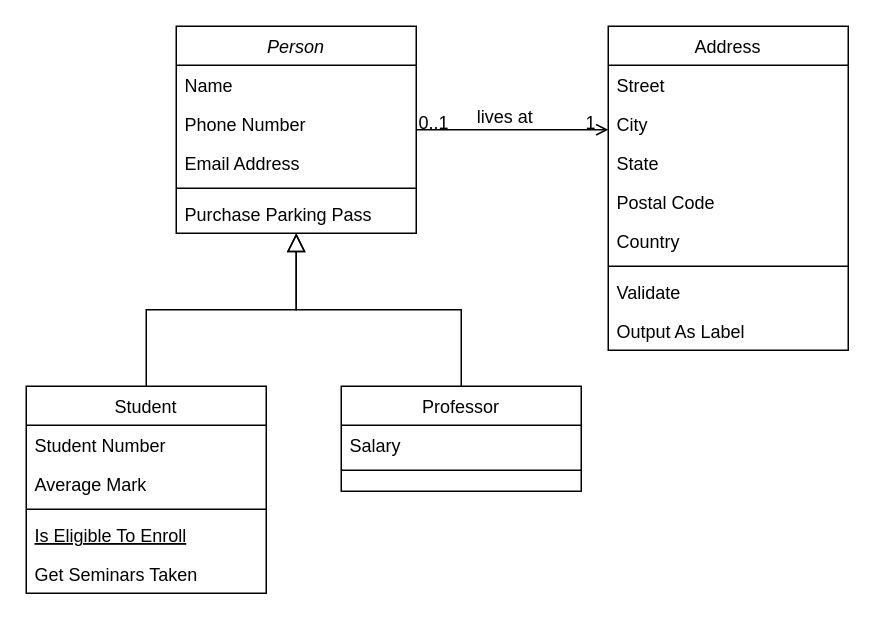
liu-moon/img keeps this draw.io diagram as Untitled Diagram.drawio. Above is the earlier version. Source tidied: cells renumbered, new cells numbered last; positions are measured from the earlier drawing's top-left corner, leaving out a move shared by most shapes. Both pictures are drawn from the tidied source at 150%, with x=0, y=0 at pixel (26, 26).
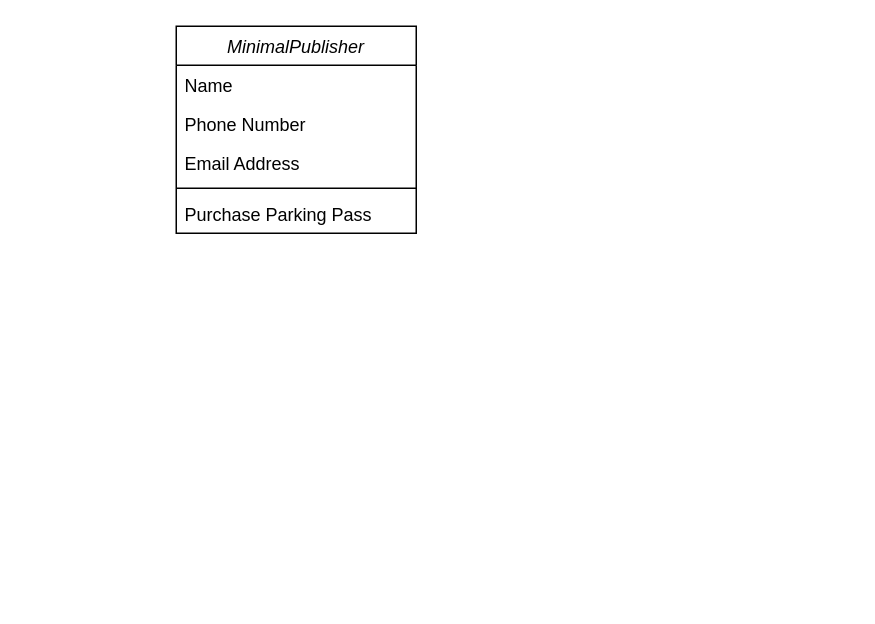
Above is the later version.

The edit, as a diff of the source:
```diff
@@
-    <mxCell id="2" value="Person" style="swimlane;fontStyle=2;align=center;verticalAlign=top;horizontal=1;startSize=26;rounded=0;shadow=0;strokeWidth=1;" parent="1" vertex="1">
+    <mxCell id="2" value="MinimalPublisher" style="swimlane;fontStyle=2;align=center;verticalAlign=top;horizontal=1;startSize=26;rounded=0;shadow=0;strokeWidth=1;" parent="1" vertex="1">
       <mxGeometry x="100" width="160" height="138" as="geometry" />
     </mxCell>
@@
-    <mxCell id="8" value="Student" style="swimlane;fontStyle=0;align=center;verticalAlign=top;horizontal=1;startSize=26;rounded=0;shadow=0;strokeWidth=1;" parent="1" vertex="1">
-      <mxGeometry y="240" width="160" height="138" as="geometry" />
-    </mxCell>
-    <mxCell id="9" value="Student Number" style="text;align=left;verticalAlign=top;spacingLeft=4;spacingRight=4;overflow=hidden;" parent="8" vertex="1">
-      <mxGeometry y="26" width="160" height="26" as="geometry" />
-    </mxCell>
-    <mxCell id="10" value="Average Mark" style="text;align=left;verticalAlign=top;spacingLeft=4;spacingRight=4;overflow=hidden;rounded=0;shadow=0;html=0;" parent="8" vertex="1">
-      <mxGeometry y="52" width="160" height="26" as="geometry" />
-    </mxCell>
-    <mxCell id="11" style="line;html=1;strokeWidth=1;align=left;verticalAlign=middle;spacingTop=-1;spacingLeft=3;spacingRight=3;labelPosition=right;" parent="8" vertex="1">
-      <mxGeometry y="78" width="160" height="8" as="geometry" />
-    </mxCell>
-    <mxCell id="12" value="Is Eligible To Enroll" style="text;align=left;verticalAlign=top;spacingLeft=4;spacingRight=4;overflow=hidden;fontStyle=4;" parent="8" vertex="1">
-      <mxGeometry y="86" width="160" height="26" as="geometry" />
-    </mxCell>
-    <mxCell id="13" value="Get Seminars Taken" style="text;align=left;verticalAlign=top;spacingLeft=4;spacingRight=4;overflow=hidden;" parent="8" vertex="1">
-      <mxGeometry y="112" width="160" height="26" as="geometry" />
-    </mxCell>
-    <mxCell id="14" style="endArrow=block;endSize=10;endFill=0;shadow=0;strokeWidth=1;rounded=0;curved=0;edgeStyle=elbowEdgeStyle;elbow=vertical;" parent="1" edge="1" source="8" target="2">
-      <mxGeometry relative="1" as="geometry" />
-    </mxCell>
-    <mxCell id="15" value="Professor" style="swimlane;fontStyle=0;align=center;verticalAlign=top;horizontal=1;startSize=26;rounded=0;shadow=0;strokeWidth=1;" parent="1" vertex="1">
-      <mxGeometry x="210" y="240" width="160" height="70" as="geometry" />
-    </mxCell>
-    <mxCell id="16" value="Salary" style="text;align=left;verticalAlign=top;spacingLeft=4;spacingRight=4;overflow=hidden;" parent="15" vertex="1">
-      <mxGeometry y="26" width="160" height="26" as="geometry" />
-    </mxCell>
-    <mxCell id="17" style="line;html=1;strokeWidth=1;align=left;verticalAlign=middle;spacingTop=-1;spacingLeft=3;spacingRight=3;labelPosition=right;" parent="15" vertex="1">
-      <mxGeometry y="52" width="160" height="8" as="geometry" />
-    </mxCell>
-    <mxCell id="18" style="endArrow=block;endSize=10;endFill=0;shadow=0;strokeWidth=1;rounded=0;curved=0;edgeStyle=elbowEdgeStyle;elbow=vertical;" parent="1" edge="1" source="15" target="2">
-      <mxGeometry relative="1" as="geometry" />
-    </mxCell>
-    <mxCell id="19" value="Address" style="swimlane;fontStyle=0;align=center;verticalAlign=top;horizontal=1;startSize=26;rounded=0;shadow=0;strokeWidth=1;" parent="1" vertex="1">
-      <mxGeometry x="388" width="160" height="216" as="geometry" />
-    </mxCell>
-    <mxCell id="20" value="Street" style="text;align=left;verticalAlign=top;spacingLeft=4;spacingRight=4;overflow=hidden;" parent="19" vertex="1">
-      <mxGeometry y="26" width="160" height="26" as="geometry" />
-    </mxCell>
-    <mxCell id="21" value="City" style="text;align=left;verticalAlign=top;spacingLeft=4;spacingRight=4;overflow=hidden;rounded=0;shadow=0;html=0;" parent="19" vertex="1">
-      <mxGeometry y="52" width="160" height="26" as="geometry" />
-    </mxCell>
-    <mxCell id="22" value="State" style="text;align=left;verticalAlign=top;spacingLeft=4;spacingRight=4;overflow=hidden;rounded=0;shadow=0;html=0;" parent="19" vertex="1">
-      <mxGeometry y="78" width="160" height="26" as="geometry" />
-    </mxCell>
-    <mxCell id="23" value="Postal Code" style="text;align=left;verticalAlign=top;spacingLeft=4;spacingRight=4;overflow=hidden;rounded=0;shadow=0;html=0;" parent="19" vertex="1">
-      <mxGeometry y="104" width="160" height="26" as="geometry" />
-    </mxCell>
-    <mxCell id="24" value="Country" style="text;align=left;verticalAlign=top;spacingLeft=4;spacingRight=4;overflow=hidden;rounded=0;shadow=0;html=0;" parent="19" vertex="1">
-      <mxGeometry y="130" width="160" height="26" as="geometry" />
-    </mxCell>
-    <mxCell id="25" style="line;html=1;strokeWidth=1;align=left;verticalAlign=middle;spacingTop=-1;spacingLeft=3;spacingRight=3;labelPosition=right;" parent="19" vertex="1">
-      <mxGeometry y="156" width="160" height="8" as="geometry" />
-    </mxCell>
-    <mxCell id="26" value="Validate" style="text;align=left;verticalAlign=top;spacingLeft=4;spacingRight=4;overflow=hidden;" parent="19" vertex="1">
-      <mxGeometry y="164" width="160" height="26" as="geometry" />
-    </mxCell>
-    <mxCell id="27" value="Output As Label" style="text;align=left;verticalAlign=top;spacingLeft=4;spacingRight=4;overflow=hidden;" parent="19" vertex="1">
-      <mxGeometry y="190" width="160" height="26" as="geometry" />
-    </mxCell>
-    <mxCell id="28" style="endArrow=open;shadow=0;strokeWidth=1;rounded=0;curved=0;endFill=1;edgeStyle=elbowEdgeStyle;elbow=vertical;" parent="1" edge="1" source="2" target="19">
-      <mxGeometry x="0.5" y="41" relative="1" as="geometry">
-        <mxPoint x="-40" y="32" as="offset" />
-      </mxGeometry>
-    </mxCell>
-    <mxCell id="29" value="0..1" style="align=left;verticalAlign=bottom;labelBackgroundColor=none;fontSize=12;" parent="28" vertex="1">
-      <mxGeometry x="-1" relative="1" as="geometry">
-        <mxPoint y="4" as="offset" />
-      </mxGeometry>
-    </mxCell>
-    <mxCell id="30" value="1" style="align=right;verticalAlign=bottom;labelBackgroundColor=none;fontSize=12;" parent="28" vertex="1">
-      <mxGeometry x="1" relative="1" as="geometry">
-        <mxPoint x="-7" y="4" as="offset" />
-      </mxGeometry>
-    </mxCell>
-    <mxCell id="31" value="lives at" style="text;html=1;align=center;verticalAlign=middle;labelBackgroundColor=none;rounded=0;shadow=0;strokeWidth=1;fontSize=12;" parent="28" vertex="1">
-      <mxGeometry x="0.5" y="49" relative="1" as="geometry">
-        <mxPoint x="-38" y="40" as="offset" />
-      </mxGeometry>
-    </mxCell>
```
